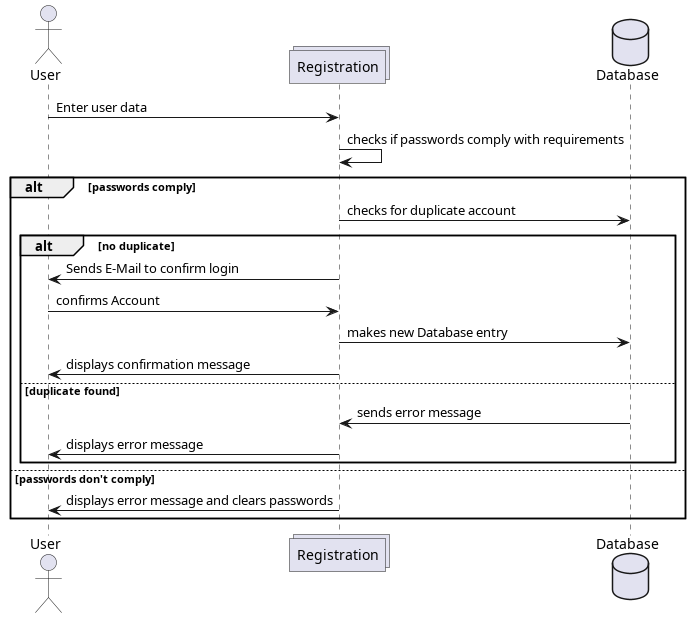
dhbw-ka-tinf22b5-dinder/Dinder-SRS keeps this PlantUML diagram as Diagramme/Sequenzdiagramme/registrationPage.png. Above is the earlier version.
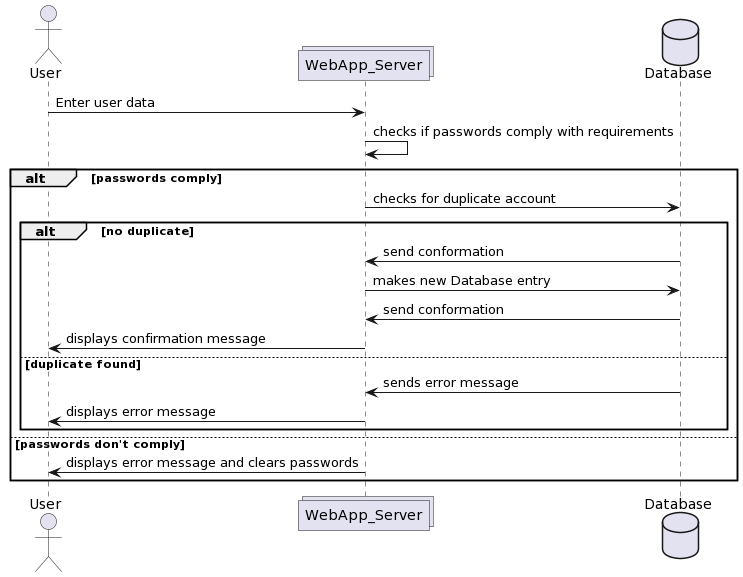
After the commit.

The edit, as a diff of the source:
```diff
@@ -1,23 +1,22 @@
 @startuml
 actor User
-collections Registration
+collections WebApp_Server
 database Database
 
-User -> Registration : Enter user data
-Registration -> Registration : checks if passwords comply with requirements
+User -> WebApp_Server : Enter user data
+WebApp_Server -> WebApp_Server : checks if passwords comply with requirements
 alt passwords comply
-  Registration -> Database : checks for duplicate account
+  WebApp_Server -> Database : checks for duplicate account
   alt no duplicate
-    Registration -> User : Sends E-Mail to confirm login
-    User -> Registration : confirms Account
-    Registration -> Database : makes new Database entry
-    Registration -> User: displays confirmation message
+    Database -> WebApp_Server : send conformation
+    WebApp_Server -> Database : makes new Database entry
+    Database -> WebApp_Server : send conformation
+    WebApp_Server -> User: displays confirmation message
   else duplicate found
-    Database -> Registration : sends error message
-    Registration -> User : displays error message
+    Database -> WebApp_Server : sends error message
+    WebApp_Server -> User : displays error message
   end
 else passwords don't comply
-  Registration -> User : displays error message and clears passwords
+  WebApp_Server -> User : displays error message and clears passwords
 end
-
 @enduml
```
